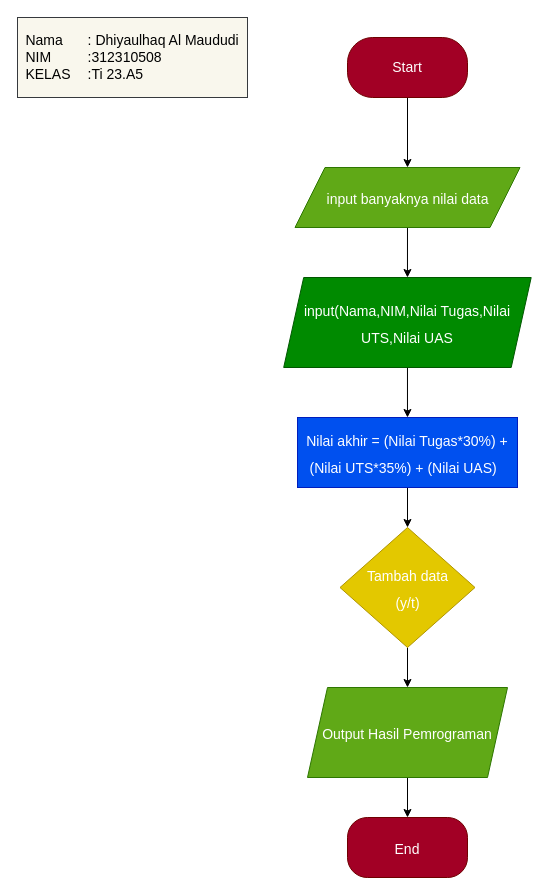
Pynixz/praktikum4 keeps this draw.io diagram as Flowchart.drawio. Above is the earlier version. Source tidied: cells renumbered, new cells numbered last; positions are measured from the earlier drawing's top-left corner, leaving out a move shared by most shapes. Both pictures are drawn from the tidied source at 100%, with x=0, y=0 at pixel (17, 17).
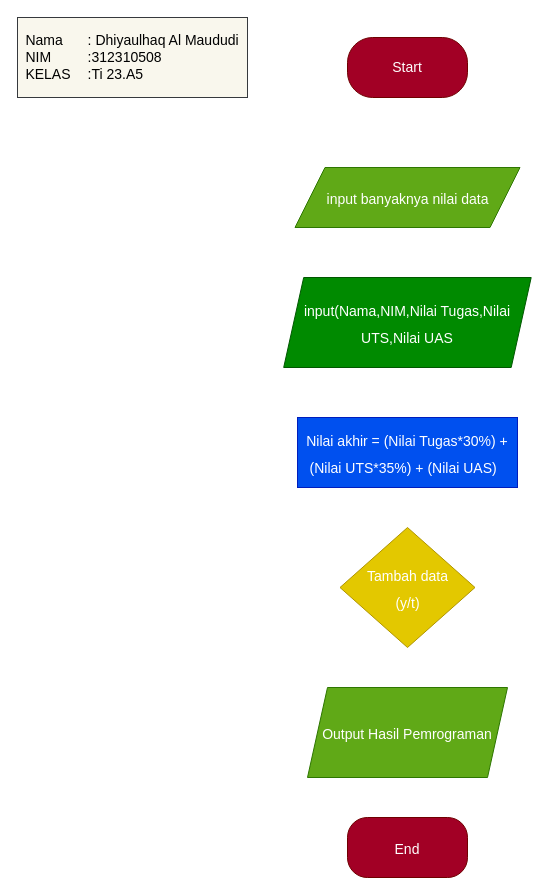
After the change.

Diff of the diagram source:
```diff
@@
 <mxGraphModel>
   <root>
     <mxCell id="0" />
     <mxCell id="1" parent="0" />
-    <mxCell id="2" style="edgeStyle=none;html=1;fontSize=22;" parent="1" edge="1" source="3" target="5">
+    <mxCell id="2" style="edgeStyle=none;html=1;fontSize=22;fillColor=#f9f7ed;strokeColor=#FFFFFF;" parent="1" edge="1" source="3" target="5">
       <mxGeometry relative="1" as="geometry" />
     </mxCell>
     <mxCell id="3" value="&lt;font style=&quot;font-size: 14px;&quot;&gt;Start&lt;/font&gt;" style="rounded=1;whiteSpace=wrap;html=1;fillColor=#a20025;fontColor=#ffffff;strokeColor=#6F0000;arcSize=42;" parent="1" vertex="1">
       <mxGeometry x="330" y="20" width="120" height="60" as="geometry" />
     </mxCell>
-    <mxCell id="4" style="edgeStyle=none;html=1;fontSize=14;" parent="1" edge="1" source="5" target="7">
+    <mxCell id="4" style="edgeStyle=none;html=1;fontSize=14;strokeColor=#FFFFFF;fillColor=#f9f7ed;" parent="1" edge="1" source="5" target="7">
       <mxGeometry relative="1" as="geometry" />
     </mxCell>
     <mxCell id="5" value="&lt;div style=&quot;&quot;&gt;&lt;span style=&quot;background-color: initial;&quot;&gt;&lt;font style=&quot;font-size: 14px;&quot;&gt;input banyaknya nilai data&lt;/font&gt;&lt;/span&gt;&lt;/div&gt;" style="shape=parallelogram;perimeter=parallelogramPerimeter;whiteSpace=wrap;html=1;fixedSize=1;fontSize=22;size=30;align=center;fillColor=#60a917;fontColor=#ffffff;strokeColor=#2D7600;" parent="1" vertex="1">
       <mxGeometry x="277.5" y="150" width="225" height="60" as="geometry" />
     </mxCell>
-    <mxCell id="6" style="edgeStyle=none;html=1;fontSize=14;" parent="1" edge="1" source="7" target="9">
+    <mxCell id="6" style="edgeStyle=none;html=1;fontSize=14;strokeColor=#FFFFFF;fillColor=#f9f7ed;" parent="1" edge="1" source="7" target="9">
       <mxGeometry relative="1" as="geometry" />
     </mxCell>
     <mxCell id="7" value="&lt;font style=&quot;font-size: 14px;&quot;&gt;input(Nama,NIM,Nilai Tugas,Nilai UTS,Nilai UAS&lt;/font&gt;" style="shape=parallelogram;perimeter=parallelogramPerimeter;whiteSpace=wrap;html=1;fixedSize=1;fontSize=22;fillColor=#008a00;fontColor=#ffffff;strokeColor=#005700;" parent="1" vertex="1">
       <mxGeometry x="266.2" y="260" width="247.5" height="90" as="geometry" />
     </mxCell>
-    <mxCell id="8" style="edgeStyle=none;html=1;fontSize=14;" parent="1" edge="1" source="9" target="11">
+    <mxCell id="8" style="edgeStyle=none;html=1;fontSize=14;strokeColor=#FFFFFF;fillColor=#f5f5f5;" parent="1" edge="1" source="9" target="11">
       <mxGeometry relative="1" as="geometry" />
     </mxCell>
     <mxCell id="9" value="&lt;font style=&quot;font-size: 14px;&quot;&gt;Nilai akhir = (Nilai Tugas*30%) + (Nilai UTS*35%) + (Nilai UAS)&amp;nbsp;&amp;nbsp;&lt;/font&gt;" style="whiteSpace=wrap;html=1;fontSize=22;align=center;fillColor=#0050ef;fontColor=#ffffff;strokeColor=#001DBC;" parent="1" vertex="1">
       <mxGeometry x="280" y="400" width="220" height="70" as="geometry" />
     </mxCell>
-    <mxCell id="10" style="edgeStyle=none;html=1;fontSize=14;fontColor=#FFFFFF;" parent="1" edge="1" source="11" target="13">
+    <mxCell id="10" style="edgeStyle=none;html=1;fontSize=14;fontColor=#FFFFFF;fillColor=#eeeeee;strokeColor=#FFFFFF;" parent="1" edge="1" source="11" target="13">
       <mxGeometry relative="1" as="geometry" />
     </mxCell>
     <mxCell id="11" value="&lt;font color=&quot;#ffffff&quot; style=&quot;font-size: 14px;&quot;&gt;Tambah data&lt;br&gt;(y/t)&lt;/font&gt;" style="rhombus;whiteSpace=wrap;html=1;fontSize=22;fillColor=#e3c800;strokeColor=#B09500;fontColor=#000000;rotation=0;" parent="1" vertex="1">
       <mxGeometry x="322.5" y="510" width="135" height="120" as="geometry" />
     </mxCell>
-    <mxCell id="12" style="edgeStyle=none;html=1;fontSize=14;fontColor=#FFFFFF;" parent="1" edge="1" source="13" target="14">
+    <mxCell id="12" style="edgeStyle=none;html=1;fontSize=14;fontColor=#FFFFFF;fillColor=#f9f7ed;strokeColor=#FFFFFF;" parent="1" edge="1" source="13" target="14">
       <mxGeometry relative="1" as="geometry" />
     </mxCell>
     <mxCell id="13" value="&lt;font style=&quot;font-size: 14px;&quot;&gt;Output Hasil Pemrograman&lt;/font&gt;" style="shape=parallelogram;perimeter=parallelogramPerimeter;whiteSpace=wrap;html=1;fixedSize=1;fontSize=22;fillColor=#60a917;strokeColor=#2D7600;fontColor=#ffffff;" parent="1" vertex="1">
       <mxGeometry x="290" y="670" width="200" height="90" as="geometry" />
     </mxCell>
     <mxCell id="14" value="&lt;font style=&quot;font-size: 14px;&quot;&gt;End&lt;/font&gt;" style="rounded=1;whiteSpace=wrap;html=1;fontSize=22;fillColor=#a20025;strokeColor=#6F0000;fontColor=#ffffff;arcSize=33;" parent="1" vertex="1">
       <mxGeometry x="330" y="800" width="120" height="60" as="geometry" />
     </mxCell>
     <mxCell id="15" value="&lt;div style=&quot;text-align: left;&quot;&gt;&lt;span style=&quot;color: rgb(0, 0, 0); background-color: initial;&quot;&gt;Nama&lt;span style=&quot;white-space: pre;&quot;&gt;&#9;&lt;/span&gt;: Dhiyaulhaq Al Maududi&lt;/span&gt;&lt;/div&gt;&lt;font color=&quot;#000000&quot;&gt;&lt;div style=&quot;text-align: left;&quot;&gt;&lt;span style=&quot;background-color: initial;&quot;&gt;NIM&lt;span style=&quot;white-space: pre;&quot;&gt;&#9;&lt;/span&gt;&amp;nbsp; &amp;nbsp; &lt;span style=&quot;white-space: pre;&quot;&gt;&#9;&lt;/span&gt;:312310508&lt;/span&gt;&lt;/div&gt;&lt;div style=&quot;text-align: left;&quot;&gt;&lt;span style=&quot;background-color: initial;&quot;&gt;KELAS&lt;span style=&quot;white-space: pre;&quot;&gt;&#9;&lt;/span&gt;:Ti 23.A5&lt;/span&gt;&lt;/div&gt;&lt;/font&gt;" style="rounded=0;whiteSpace=wrap;html=1;fontSize=14;fillColor=#f9f7ed;strokeColor=#36393d;" parent="1" vertex="1">
       <mxGeometry width="230" height="80" as="geometry" />
     </mxCell>
   </root>
 </mxGraphModel>
```
